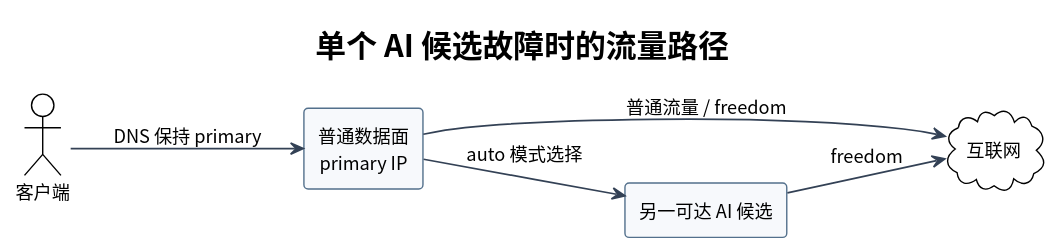
Before: docs/diagrams/dns-ai-failover-topology.svg, a diagram exported from PlantUML (i-zrhe2016/ai-routing-panel).
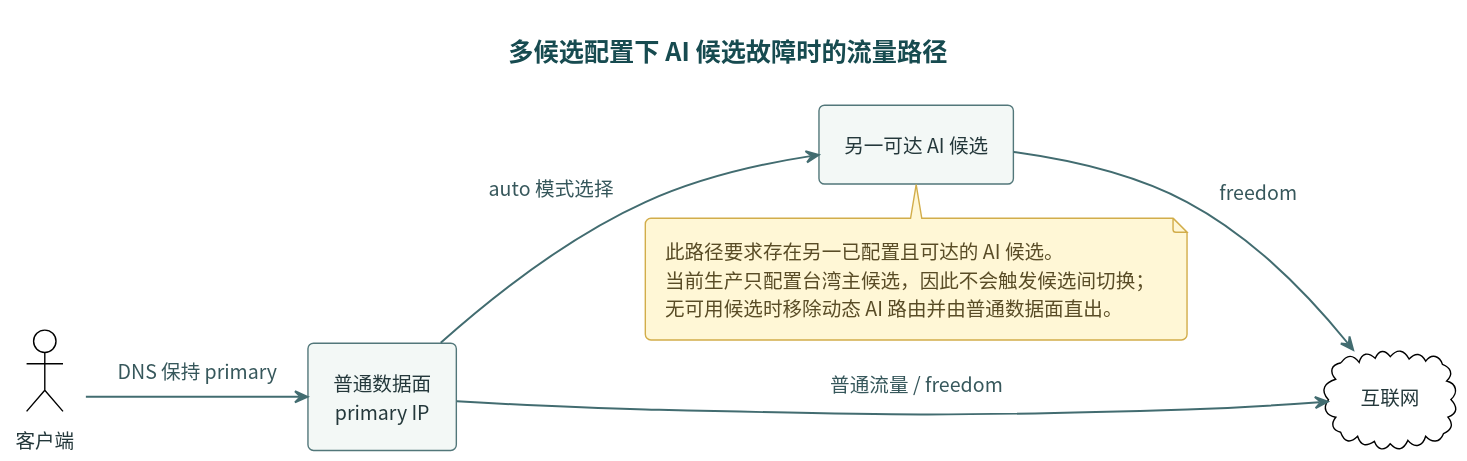
The same file after the commit.

The edit, as a diff of the source:
```diff
@@ -1,6 +1,6 @@
 @startuml
 !include style.iuml
-title 单个 AI 候选故障时的流量路径
+title 多候选配置下 AI 候选故障时的流量路径
 left to right direction
 actor "客户端" as client
 cloud "互联网" as internet
@@ -10,4 +10,9 @@
 entry --> internet : 普通流量 / freedom
 entry --> ai : auto 模式选择
 ai --> internet : freedom
+note bottom of ai
+此路径要求存在另一已配置且可达的 AI 候选。
+当前生产只配置台湾主候选，因此不会触发候选间切换；
+无可用候选时移除动态 AI 路由并由普通数据面直出。
+end note
 @enduml
```
